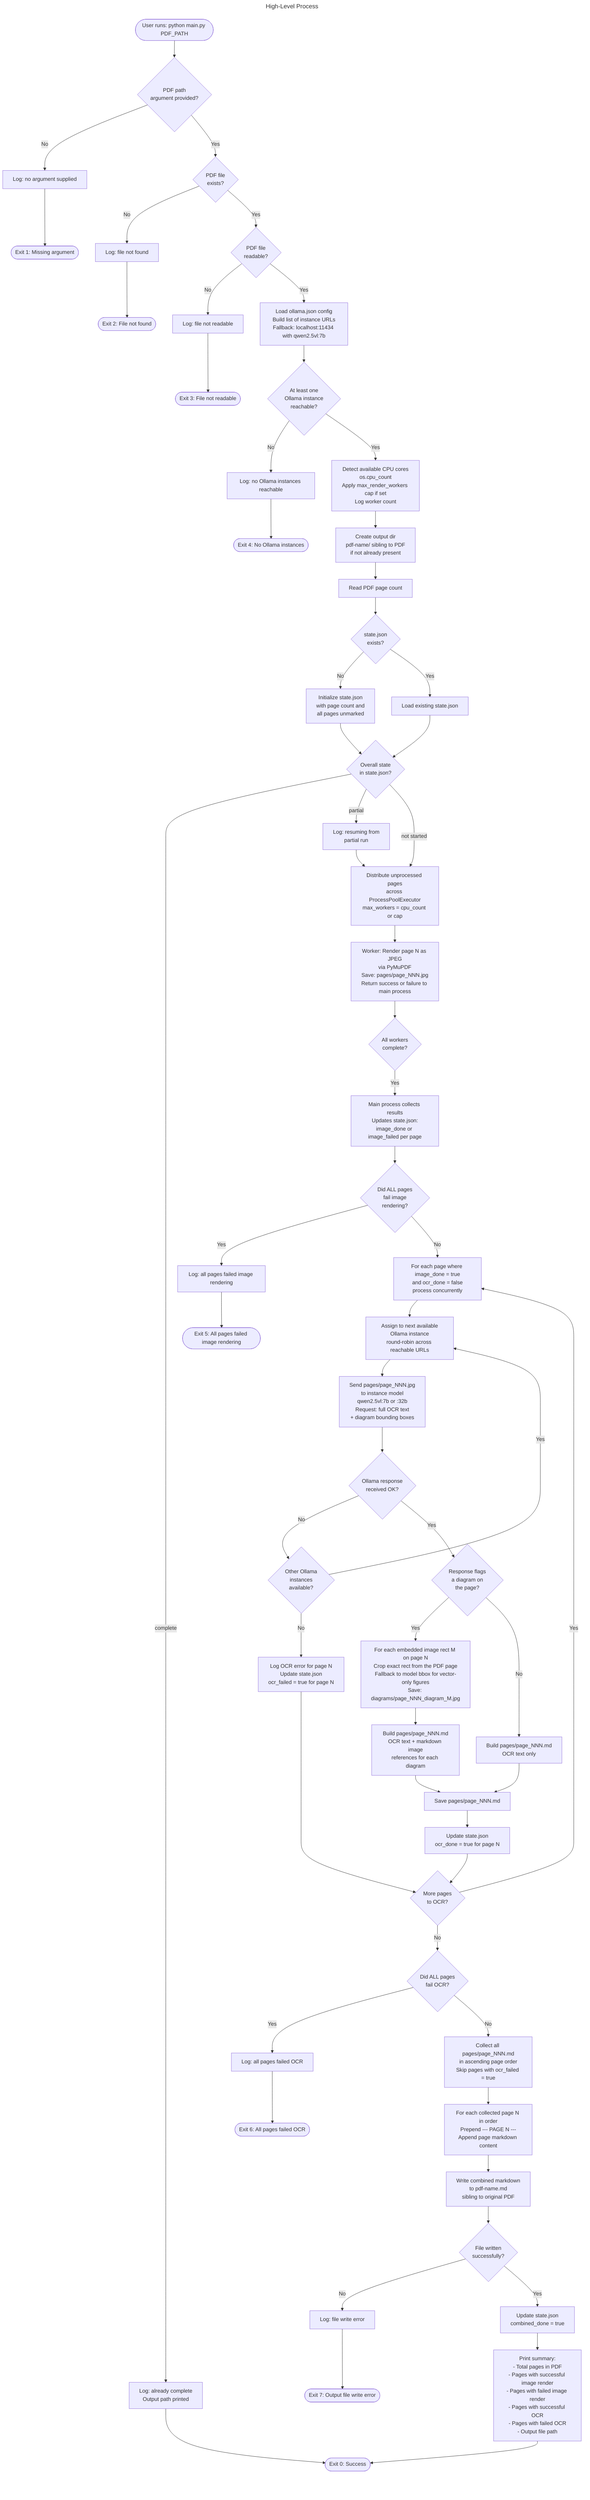
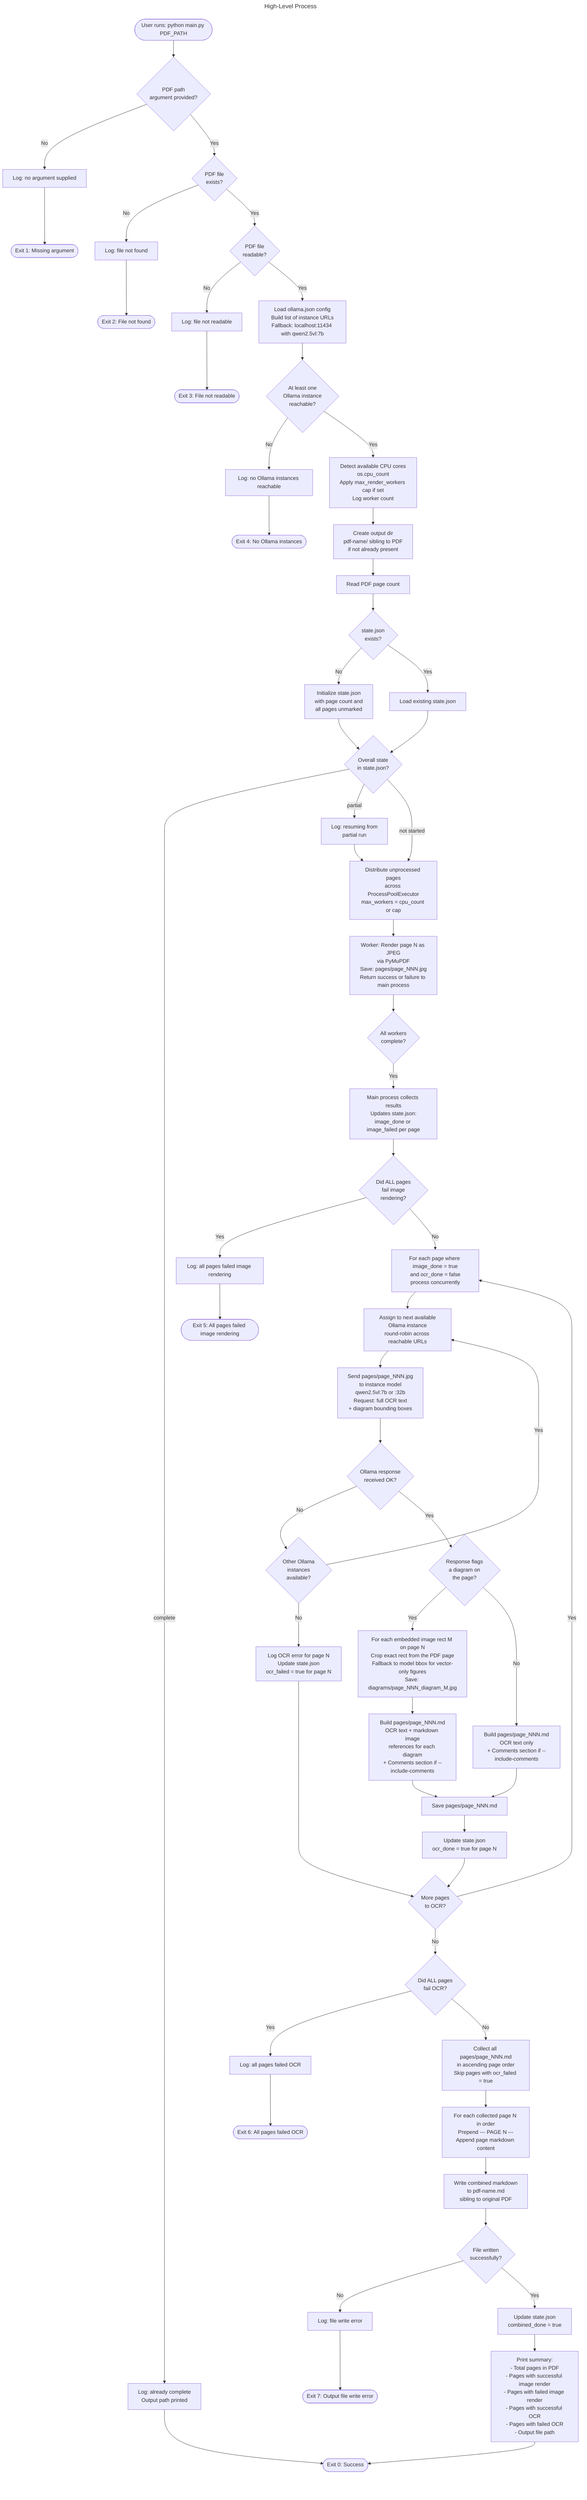
---
title: High-Level Process
---
flowchart TD

    %% ─── PHASE 0: STARTUP ──────────────────────────────────────────────────
    START([User runs: python main.py PDF_PATH]) --> chkArg{PDF path\nargument provided?}
    chkArg -- No --> errNoArg[Log: no argument supplied]
    errNoArg --> EXIT1([Exit 1: Missing argument])

    chkArg -- Yes --> chkExists{PDF file\nexists?}
    chkExists -- No --> errNoFile[Log: file not found]
    errNoFile --> EXIT2([Exit 2: File not found])

    chkExists -- Yes --> chkReadable{PDF file\nreadable?}
    chkReadable -- No --> errNotReadable[Log: file not readable]
    errNotReadable --> EXIT3([Exit 3: File not readable])

    chkReadable -- Yes --> loadConfig[Load ollama.json config\nBuild list of instance URLs\nFallback: localhost:11434 with qwen2.5vl:7b]

    loadConfig --> probeOllama{At least one\nOllama instance\nreachable?}
    probeOllama -- No --> errNoOllama[Log: no Ollama instances reachable]
    errNoOllama --> EXIT4([Exit 4: No Ollama instances])

    probeOllama -- Yes --> detectCores[Detect available CPU cores\nos.cpu_count\nApply max_render_workers cap if set\nLog worker count]

    detectCores --> createOutDir[Create output dir\npdf-name/ sibling to PDF\nif not already present]

    createOutDir --> readPages[Read PDF page count]

    readPages --> initState{state.json\nexists?}
    initState -- No --> writeState[Initialize state.json\nwith page count and\nall pages unmarked]
    initState -- Yes --> loadState[Load existing state.json]
    writeState --> chkComplete
    loadState --> chkComplete

    chkComplete{Overall state\nin state.json?}
    chkComplete -- complete --> logDone[Log: already complete\nOutput path printed]
    logDone --> EXIT0([Exit 0: Success])
    chkComplete -- partial --> logResume[Log: resuming from\npartial run]
    logResume --> imgLoop
    chkComplete -- not started --> imgLoop

    %% ─── PHASE 1: IMAGE PROCESSING ─────────────────────────────────────────
    imgLoop[Distribute unprocessed pages\nacross ProcessPoolExecutor\nmax_workers = cpu_count or cap]

    imgLoop --> renderPage[Worker: Render page N as JPEG\nvia PyMuPDF\nSave: pages/page_NNN.jpg\nReturn success or failure to main process]

    renderPage --> imgOk{All workers\ncomplete?}
    imgOk -- Yes --> collectResults[Main process collects results\nUpdates state.json:\nimage_done or image_failed per page]
    collectResults --> chkAllImgFailed

    chkAllImgFailed{Did ALL pages\nfail image\nrendering?}
    chkAllImgFailed -- Yes --> errAllImg[Log: all pages failed image rendering]
    errAllImg --> EXIT5([Exit 5: All pages failed image rendering])
    chkAllImgFailed -- No --> ocrLoop

    %% ─── PHASE 2: OCR PROCESSING ────────────────────────────────────────────
    ocrLoop[For each page where image_done = true\nand ocr_done = false\nprocess concurrently]

    ocrLoop --> assignInstance[Assign to next available\nOllama instance\nround-robin across reachable URLs]

    assignInstance --> callOllama[Send pages/page_NNN.jpg\nto instance model\nqwen2.5vl:7b or :32b\nRequest: full OCR text\n+ diagram bounding boxes]

    callOllama --> ocrOk{Ollama response\nreceived OK?}

    ocrOk -- No --> retryOther{Other Ollama\ninstances\navailable?}
    retryOther -- Yes --> assignInstance
    retryOther -- No --> markOcrFail[Log OCR error for page N\nUpdate state.json\nocr_failed = true for page N]
    markOcrFail --> ocrLoopNext

    ocrOk -- Yes --> chkDiagrams{Response flags\na diagram on\nthe page?}

    chkDiagrams -- Yes --> cropDiagrams[For each embedded image rect M on page N\nCrop exact rect from the PDF page\nFallback to model bbox for vector-only figures\nSave: diagrams/page_NNN_diagram_M.jpg]
-     cropDiagrams --> buildPageMd[Build pages/page_NNN.md\nOCR text + markdown image\nreferences for each diagram]
+     cropDiagrams --> buildPageMd[Build pages/page_NNN.md\nOCR text + markdown image\nreferences for each diagram\n+ Comments section if --include-comments]

-     chkDiagrams -- No --> buildPageMdNoDiagram[Build pages/page_NNN.md\nOCR text only]
+     chkDiagrams -- No --> buildPageMdNoDiagram[Build pages/page_NNN.md\nOCR text only\n+ Comments section if --include-comments]

    buildPageMd --> savePageMd[Save pages/page_NNN.md]
    buildPageMdNoDiagram --> savePageMd

    savePageMd --> markOcrDone[Update state.json\nocr_done = true for page N]

    markOcrDone --> ocrLoopNext{More pages\nto OCR?}
    ocrLoopNext -- Yes --> ocrLoop
    ocrLoopNext -- No --> chkAllOcrFailed

    chkAllOcrFailed{Did ALL pages\nfail OCR?}
    chkAllOcrFailed -- Yes --> errAllOcr[Log: all pages failed OCR]
    errAllOcr --> EXIT6([Exit 6: All pages failed OCR])
    chkAllOcrFailed -- No --> combinePhase

    %% ─── PHASE 3: COMBINE ───────────────────────────────────────────────────
    combinePhase[Collect all pages/page_NNN.md\nin ascending page order\nSkip pages with ocr_failed = true]

    combinePhase --> mergePages[For each collected page N in order\nPrepend --- PAGE N ---\nAppend page markdown content]

    mergePages --> writeOutput[Write combined markdown\nto pdf-name.md\nsibling to original PDF]

    writeOutput --> writeOk{File written\nsuccessfully?}
    writeOk -- No --> errWrite[Log: file write error]
    errWrite --> EXIT7([Exit 7: Output file write error])

    writeOk -- Yes --> markCombined[Update state.json\ncombined_done = true]

    %% ─── SUMMARY ────────────────────────────────────────────────────────────
    markCombined --> printSummary[Print summary:\n- Total pages in PDF\n- Pages with successful image render\n- Pages with failed image render\n- Pages with successful OCR\n- Pages with failed OCR\n- Output file path]

    printSummary --> EXIT0
